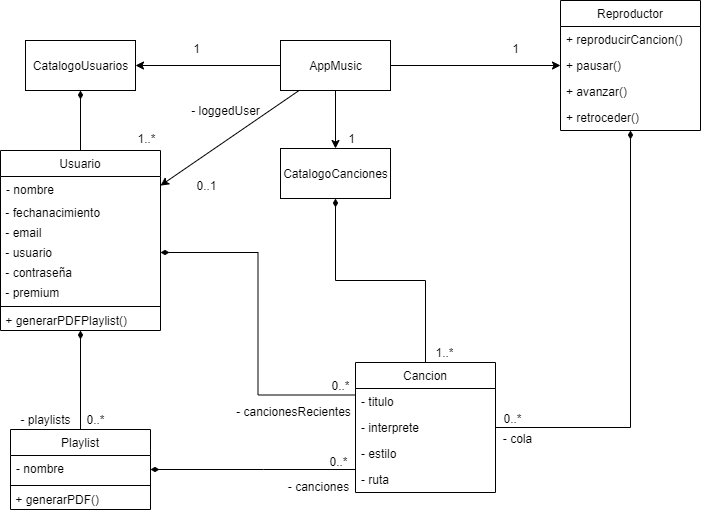
Before: doc/DiagramaUML.png, a diagram exported from draw.io (albercl/appMusic). Source tidied: cells renumbered, new cells last; positions are measured from the earlier drawing's top-left corner, leaving out a move shared by most shapes. Source of this version:
```xml
<mxGraphModel>
  <root>
    <mxCell id="0" />
    <mxCell id="1" parent="0" />
    <mxCell id="2" style="edgeStyle=orthogonalEdgeStyle;rounded=0;jettySize=auto;html=1;" parent="1" edge="1" source="6" target="8">
      <mxGeometry relative="1" as="geometry" />
    </mxCell>
    <mxCell id="3" style="edgeStyle=none;rounded=0;jettySize=auto;html=1;startArrow=none;startFill=0;endArrow=classic;endFill=1;" parent="1" edge="1" source="6" target="12">
      <mxGeometry relative="1" as="geometry" />
    </mxCell>
    <mxCell id="4" style="edgeStyle=orthogonalEdgeStyle;rounded=0;jettySize=auto;html=1;startArrow=none;startFill=0;endArrow=classic;endFill=1;" parent="1" edge="1" source="6" target="34">
      <mxGeometry relative="1" as="geometry" />
    </mxCell>
    <mxCell id="5" style="rounded=0;jettySize=auto;html=1;" parent="1" edge="1" source="6" target="25">
      <mxGeometry relative="1" as="geometry" />
    </mxCell>
    <mxCell id="6" value="AppMusic" style="html=1;" parent="1" vertex="1">
      <mxGeometry x="280" y="40" width="110" height="50" as="geometry" />
    </mxCell>
    <mxCell id="7" style="edgeStyle=none;rounded=0;jettySize=auto;html=1;startArrow=diamondThin;startFill=1;endArrow=none;endFill=0;" parent="1" edge="1" source="8" target="25">
      <mxGeometry relative="1" as="geometry" />
    </mxCell>
    <mxCell id="8" value="CatalogoUsuarios" style="html=1;" parent="1" vertex="1">
      <mxGeometry x="25" y="40" width="110" height="50" as="geometry" />
    </mxCell>
    <mxCell id="9" value="1&lt;br&gt;" style="text;html=1;align=center;verticalAlign=middle;" parent="1" vertex="1">
      <mxGeometry x="186" y="38" width="20" height="20" as="geometry" />
    </mxCell>
    <mxCell id="10" value="1..*" style="text;html=1;align=center;verticalAlign=middle;" parent="1" vertex="1">
      <mxGeometry x="131" y="128" width="30" height="20" as="geometry" />
    </mxCell>
    <mxCell id="11" style="edgeStyle=orthogonalEdgeStyle;rounded=0;jettySize=auto;html=1;startArrow=diamondThin;startFill=1;endArrow=none;endFill=0;" parent="1" edge="1" source="12" target="39">
      <mxGeometry relative="1" as="geometry" />
    </mxCell>
    <mxCell id="12" value="CatalogoCanciones" style="html=1;align=center;" parent="1" vertex="1">
      <mxGeometry x="280" y="148" width="110" height="50" as="geometry" />
    </mxCell>
    <mxCell id="13" value="1&lt;br&gt;" style="text;html=1;align=center;verticalAlign=middle;" parent="1" vertex="1">
      <mxGeometry x="341" y="128" width="20" height="20" as="geometry" />
    </mxCell>
    <mxCell id="14" value="1..*" style="text;html=1;align=center;verticalAlign=middle;" parent="1" vertex="1">
      <mxGeometry x="429" y="342" width="30" height="20" as="geometry" />
    </mxCell>
    <mxCell id="15" style="edgeStyle=none;rounded=0;jettySize=auto;html=1;startArrow=diamondThin;startFill=1;endArrow=none;endFill=0;" parent="1" edge="1" source="25" target="47">
      <mxGeometry relative="1" as="geometry" />
    </mxCell>
    <mxCell id="16" value="0..*" style="text;html=1;align=center;verticalAlign=middle;" parent="1" vertex="1">
      <mxGeometry x="80" y="409" width="30" height="20" as="geometry" />
    </mxCell>
    <mxCell id="17" style="edgeStyle=orthogonalEdgeStyle;rounded=0;jettySize=auto;html=1;startArrow=diamondThin;startFill=1;endArrow=none;endFill=0;" parent="1" edge="1" source="47" target="39">
      <mxGeometry relative="1" as="geometry">
        <Array as="points">
          <mxPoint x="263" y="469" />
          <mxPoint x="263" y="469" />
        </Array>
      </mxGeometry>
    </mxCell>
    <mxCell id="18" value="0..*" style="text;html=1;align=center;verticalAlign=middle;" parent="1" vertex="1">
      <mxGeometry x="323" y="451" width="30" height="20" as="geometry" />
    </mxCell>
    <mxCell id="19" value="- playlists" style="text;html=1;align=center;verticalAlign=middle;" parent="1" vertex="1">
      <mxGeometry x="10" y="409" width="70" height="20" as="geometry" />
    </mxCell>
    <mxCell id="20" value="- canciones" style="text;html=1;align=center;verticalAlign=middle;" parent="1" vertex="1">
      <mxGeometry x="278" y="476" width="80" height="20" as="geometry" />
    </mxCell>
    <mxCell id="21" style="edgeStyle=orthogonalEdgeStyle;rounded=0;jettySize=auto;html=1;entryX=1;entryY=0.5;entryDx=0;entryDy=0;startArrow=diamondThin;startFill=1;endArrow=none;endFill=0;" parent="1" edge="1" source="34" target="41">
      <mxGeometry relative="1" as="geometry" />
    </mxCell>
    <mxCell id="22" value="1" style="text;html=1;align=center;verticalAlign=middle;" parent="1" vertex="1">
      <mxGeometry x="505" y="38" width="20" height="20" as="geometry" />
    </mxCell>
    <mxCell id="23" value="0..*" style="text;html=1;align=center;verticalAlign=middle;rotation=0;" parent="1" vertex="1">
      <mxGeometry x="497" y="408" width="30" height="20" as="geometry" />
    </mxCell>
    <mxCell id="24" value="- cola" style="text;html=1;align=center;verticalAlign=middle;" parent="1" vertex="1">
      <mxGeometry x="497" y="428" width="40" height="20" as="geometry" />
    </mxCell>
    <mxCell id="25" value="Usuario" style="swimlane;fontStyle=0;align=center;verticalAlign=top;horizontal=1;startSize=26;" parent="1" vertex="1">
      <mxGeometry y="150" width="160" height="180" as="geometry" />
    </mxCell>
    <mxCell id="26" value="- nombre" style="text;strokeColor=none;fillColor=none;align=left;verticalAlign=top;spacingLeft=4;spacingRight=4;overflow=hidden;" parent="25" vertex="1">
      <mxGeometry y="26" width="160" height="26" as="geometry" />
    </mxCell>
    <mxCell id="27" value="&lt;span&gt;&amp;nbsp;- fechanacimiento&lt;/span&gt;" style="text;html=1;align=left;verticalAlign=middle;" parent="25" vertex="1">
      <mxGeometry y="52" width="160" height="20" as="geometry" />
    </mxCell>
    <mxCell id="28" value="&amp;nbsp;- email" style="text;html=1;align=left;verticalAlign=middle;" parent="25" vertex="1">
      <mxGeometry y="72" width="160" height="20" as="geometry" />
    </mxCell>
    <mxCell id="29" value="&amp;nbsp;- usuario" style="text;html=1;align=left;verticalAlign=middle;points=[];" parent="25" vertex="1">
      <mxGeometry y="92" width="160" height="20" as="geometry" />
    </mxCell>
    <mxCell id="30" value="&amp;nbsp;- contraseña" style="text;html=1;align=left;verticalAlign=middle;" parent="25" vertex="1">
      <mxGeometry y="112" width="160" height="20" as="geometry" />
    </mxCell>
    <mxCell id="31" value="&amp;nbsp;- premium" style="text;html=1;align=left;verticalAlign=middle;" parent="25" vertex="1">
      <mxGeometry y="132" width="160" height="20" as="geometry" />
    </mxCell>
    <mxCell id="32" style="line;strokeWidth=1;fillColor=none;align=left;verticalAlign=middle;spacingTop=-1;spacingLeft=3;spacingRight=3;labelPosition=right;" parent="25" vertex="1">
      <mxGeometry y="152" width="160" height="8" as="geometry" />
    </mxCell>
    <mxCell id="33" value="&amp;nbsp;+ generarPDFPlaylist()" style="text;html=1;align=left;verticalAlign=middle;" parent="25" vertex="1">
      <mxGeometry y="160" width="160" height="20" as="geometry" />
    </mxCell>
    <mxCell id="34" value="Reproductor" style="swimlane;fontStyle=0;horizontal=1;startSize=26;fillColor=none;align=center;" parent="1" vertex="1">
      <mxGeometry x="560" width="140" height="130" as="geometry" />
    </mxCell>
    <mxCell id="35" value="+ reproducirCancion()" style="text;strokeColor=none;fillColor=none;align=left;verticalAlign=top;spacingLeft=4;spacingRight=4;overflow=hidden;" parent="34" vertex="1">
      <mxGeometry y="26" width="140" height="26" as="geometry" />
    </mxCell>
    <mxCell id="36" value="+ pausar()" style="text;strokeColor=none;fillColor=none;align=left;verticalAlign=top;spacingLeft=4;spacingRight=4;overflow=hidden;" parent="34" vertex="1">
      <mxGeometry y="52" width="140" height="26" as="geometry" />
    </mxCell>
    <mxCell id="37" value="+ avanzar()" style="text;strokeColor=none;fillColor=none;align=left;verticalAlign=top;spacingLeft=4;spacingRight=4;overflow=hidden;" parent="34" vertex="1">
      <mxGeometry y="78" width="140" height="26" as="geometry" />
    </mxCell>
    <mxCell id="38" value="+ retroceder()" style="text;strokeColor=none;fillColor=none;align=left;verticalAlign=top;spacingLeft=4;spacingRight=4;overflow=hidden;" parent="34" vertex="1">
      <mxGeometry y="104" width="140" height="26" as="geometry" />
    </mxCell>
    <mxCell id="39" value="Cancion" style="swimlane;fontStyle=0;horizontal=1;startSize=26;fillColor=none;align=center;" parent="1" vertex="1">
      <mxGeometry x="355" y="362" width="140" height="130" as="geometry" />
    </mxCell>
    <mxCell id="40" value="- titulo" style="text;strokeColor=none;fillColor=none;align=left;verticalAlign=top;spacingLeft=4;spacingRight=4;overflow=hidden;" parent="39" vertex="1">
      <mxGeometry y="26" width="140" height="26" as="geometry" />
    </mxCell>
    <mxCell id="41" value="- interprete" style="text;strokeColor=none;fillColor=none;align=left;verticalAlign=top;spacingLeft=4;spacingRight=4;overflow=hidden;points=[[0,0.5],[1,0.5]];portConstraint=eastwest;" parent="39" vertex="1">
      <mxGeometry y="52" width="140" height="26" as="geometry" />
    </mxCell>
    <mxCell id="42" value="- estilo" style="text;strokeColor=none;fillColor=none;align=left;verticalAlign=top;spacingLeft=4;spacingRight=4;overflow=hidden;" parent="39" vertex="1">
      <mxGeometry y="78" width="140" height="26" as="geometry" />
    </mxCell>
    <mxCell id="43" value="- ruta" style="text;strokeColor=none;fillColor=none;align=left;verticalAlign=top;spacingLeft=4;spacingRight=4;overflow=hidden;" parent="39" vertex="1">
      <mxGeometry y="104" width="140" height="26" as="geometry" />
    </mxCell>
    <mxCell id="44" style="edgeStyle=orthogonalEdgeStyle;rounded=0;jettySize=auto;html=1;startArrow=diamondThin;startFill=1;endArrow=none;endFill=0;entryX=0;entryY=0.25;entryDx=0;entryDy=0;" parent="1" edge="1" source="29" target="39">
      <mxGeometry relative="1" as="geometry" />
    </mxCell>
    <mxCell id="45" value="- cancionesRecientes" style="text;html=1;align=center;verticalAlign=middle;" parent="1" vertex="1">
      <mxGeometry x="230" y="402" width="125" height="18" as="geometry" />
    </mxCell>
    <mxCell id="46" value="0..*" style="text;html=1;align=center;verticalAlign=middle;" parent="1" vertex="1">
      <mxGeometry x="326" y="376" width="28" height="18" as="geometry" />
    </mxCell>
    <mxCell id="47" value="Playlist" style="swimlane;fontStyle=0;horizontal=1;startSize=26;fillColor=none;align=center;" parent="1" vertex="1">
      <mxGeometry x="10" y="429" width="140" height="80" as="geometry" />
    </mxCell>
    <mxCell id="48" value="- nombre" style="text;strokeColor=none;fillColor=none;align=left;verticalAlign=top;spacingLeft=4;spacingRight=4;overflow=hidden;" parent="47" vertex="1">
      <mxGeometry y="26" width="140" height="26" as="geometry" />
    </mxCell>
    <mxCell id="49" style="line;strokeWidth=1;fillColor=none;align=left;verticalAlign=middle;spacingTop=-1;spacingLeft=3;spacingRight=3;labelPosition=right;" parent="47" vertex="1">
      <mxGeometry y="52" width="140" height="8" as="geometry" />
    </mxCell>
    <mxCell id="50" value="&amp;nbsp;+ generarPDF()" style="text;html=1;align=left;verticalAlign=middle;" parent="47" vertex="1">
      <mxGeometry y="60" width="140" height="20" as="geometry" />
    </mxCell>
    <mxCell id="51" value="0..1" style="text;html=1;align=center;verticalAlign=middle;" parent="1" vertex="1">
      <mxGeometry x="191" y="176" width="30" height="18" as="geometry" />
    </mxCell>
    <mxCell id="52" value="- loggedUser" style="text;html=1;align=center;verticalAlign=middle;" parent="1" vertex="1">
      <mxGeometry x="185" y="101" width="79" height="18" as="geometry" />
    </mxCell>
  </root>
</mxGraphModel>
```
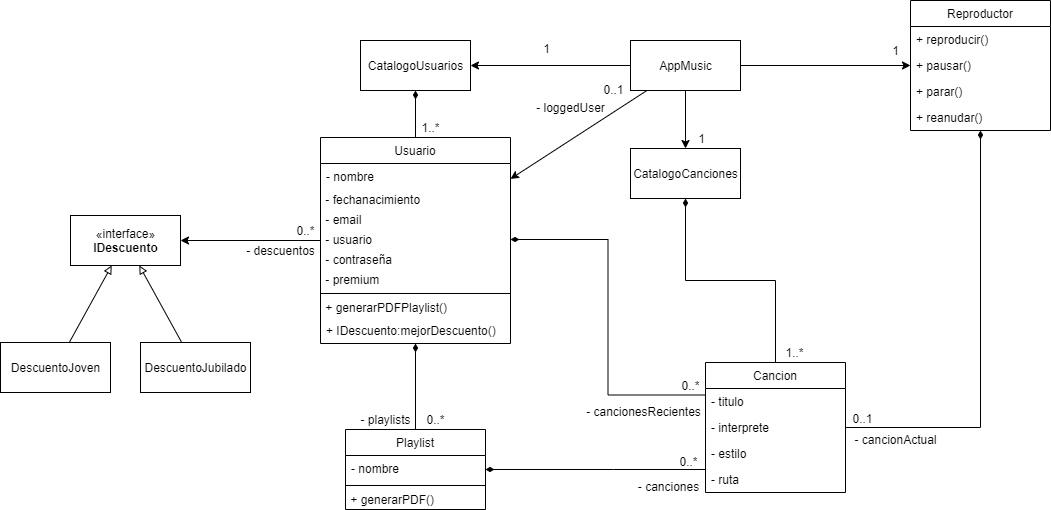
After the change.

What changed in the source:
```diff
@@ -21,13 +21,13 @@
       <mxGeometry relative="1" as="geometry" />
     </mxCell>
     <mxCell id="8" value="CatalogoUsuarios" style="html=1;" parent="1" vertex="1">
-      <mxGeometry x="25" y="40" width="110" height="50" as="geometry" />
+      <mxGeometry x="10" y="40" width="110" height="50" as="geometry" />
     </mxCell>
     <mxCell id="9" value="1&lt;br&gt;" style="text;html=1;align=center;verticalAlign=middle;" parent="1" vertex="1">
       <mxGeometry x="186" y="38" width="20" height="20" as="geometry" />
     </mxCell>
     <mxCell id="10" value="1..*" style="text;html=1;align=center;verticalAlign=middle;" parent="1" vertex="1">
-      <mxGeometry x="131" y="128" width="30" height="20" as="geometry" />
+      <mxGeometry x="65" y="117" width="30" height="20" as="geometry" />
     </mxCell>
     <mxCell id="11" style="edgeStyle=orthogonalEdgeStyle;rounded=0;jettySize=auto;html=1;startArrow=diamondThin;startFill=1;endArrow=none;endFill=0;" parent="1" edge="1" source="12" target="39">
       <mxGeometry relative="1" as="geometry" />
@@ -45,7 +45,7 @@
       <mxGeometry relative="1" as="geometry" />
     </mxCell>
     <mxCell id="16" value="0..*" style="text;html=1;align=center;verticalAlign=middle;" parent="1" vertex="1">
-      <mxGeometry x="80" y="409" width="30" height="20" as="geometry" />
+      <mxGeometry x="70" y="409" width="30" height="20" as="geometry" />
     </mxCell>
     <mxCell id="17" style="edgeStyle=orthogonalEdgeStyle;rounded=0;jettySize=auto;html=1;startArrow=diamondThin;startFill=1;endArrow=none;endFill=0;" parent="1" edge="1" source="47" target="39">
       <mxGeometry relative="1" as="geometry">
@@ -59,7 +59,7 @@
       <mxGeometry x="323" y="451" width="30" height="20" as="geometry" />
     </mxCell>
     <mxCell id="19" value="- playlists" style="text;html=1;align=center;verticalAlign=middle;" parent="1" vertex="1">
-      <mxGeometry x="10" y="409" width="70" height="20" as="geometry" />
+      <mxGeometry y="409" width="70" height="20" as="geometry" />
     </mxCell>
     <mxCell id="20" value="- canciones" style="text;html=1;align=center;verticalAlign=middle;" parent="1" vertex="1">
       <mxGeometry x="278" y="476" width="80" height="20" as="geometry" />
@@ -68,56 +68,62 @@
       <mxGeometry relative="1" as="geometry" />
     </mxCell>
     <mxCell id="22" value="1" style="text;html=1;align=center;verticalAlign=middle;" parent="1" vertex="1">
-      <mxGeometry x="505" y="38" width="20" height="20" as="geometry" />
+      <mxGeometry x="535" y="40" width="20" height="20" as="geometry" />
     </mxCell>
-    <mxCell id="23" value="0..*" style="text;html=1;align=center;verticalAlign=middle;rotation=0;" parent="1" vertex="1">
-      <mxGeometry x="497" y="408" width="30" height="20" as="geometry" />
+    <mxCell id="23" value="0..1" style="text;html=1;align=center;verticalAlign=middle;rotation=0;" parent="1" vertex="1">
+      <mxGeometry x="492" y="408" width="40" height="20" as="geometry" />
     </mxCell>
-    <mxCell id="24" value="- cola" style="text;html=1;align=center;verticalAlign=middle;" parent="1" vertex="1">
-      <mxGeometry x="497" y="428" width="40" height="20" as="geometry" />
+    <mxCell id="24" value="- cancionActual" style="text;html=1;align=center;verticalAlign=middle;" parent="1" vertex="1">
+      <mxGeometry x="495" y="429" width="100" height="20" as="geometry" />
     </mxCell>
+    <mxCell id="53" style="edgeStyle=orthogonalEdgeStyle;rounded=0;jettySize=auto;html=1;" parent="1" edge="1" source="25" target="57">
+      <mxGeometry relative="1" as="geometry" />
+    </mxCell>
     <mxCell id="25" value="Usuario" style="swimlane;fontStyle=0;align=center;verticalAlign=top;horizontal=1;startSize=26;" parent="1" vertex="1">
-      <mxGeometry y="150" width="160" height="180" as="geometry" />
+      <mxGeometry x="-30" y="137" width="190" height="206" as="geometry" />
     </mxCell>
     <mxCell id="26" value="- nombre" style="text;strokeColor=none;fillColor=none;align=left;verticalAlign=top;spacingLeft=4;spacingRight=4;overflow=hidden;" parent="25" vertex="1">
-      <mxGeometry y="26" width="160" height="26" as="geometry" />
+      <mxGeometry y="26" width="190" height="26" as="geometry" />
     </mxCell>
     <mxCell id="27" value="&lt;span&gt;&amp;nbsp;- fechanacimiento&lt;/span&gt;" style="text;html=1;align=left;verticalAlign=middle;" parent="25" vertex="1">
-      <mxGeometry y="52" width="160" height="20" as="geometry" />
+      <mxGeometry y="52" width="190" height="20" as="geometry" />
     </mxCell>
     <mxCell id="28" value="&amp;nbsp;- email" style="text;html=1;align=left;verticalAlign=middle;" parent="25" vertex="1">
-      <mxGeometry y="72" width="160" height="20" as="geometry" />
+      <mxGeometry y="72" width="190" height="20" as="geometry" />
     </mxCell>
     <mxCell id="29" value="&amp;nbsp;- usuario" style="text;html=1;align=left;verticalAlign=middle;points=[];" parent="25" vertex="1">
-      <mxGeometry y="92" width="160" height="20" as="geometry" />
+      <mxGeometry y="92" width="190" height="20" as="geometry" />
     </mxCell>
     <mxCell id="30" value="&amp;nbsp;- contraseña" style="text;html=1;align=left;verticalAlign=middle;" parent="25" vertex="1">
-      <mxGeometry y="112" width="160" height="20" as="geometry" />
+      <mxGeometry y="112" width="190" height="20" as="geometry" />
     </mxCell>
     <mxCell id="31" value="&amp;nbsp;- premium" style="text;html=1;align=left;verticalAlign=middle;" parent="25" vertex="1">
-      <mxGeometry y="132" width="160" height="20" as="geometry" />
+      <mxGeometry y="132" width="190" height="20" as="geometry" />
     </mxCell>
     <mxCell id="32" style="line;strokeWidth=1;fillColor=none;align=left;verticalAlign=middle;spacingTop=-1;spacingLeft=3;spacingRight=3;labelPosition=right;" parent="25" vertex="1">
-      <mxGeometry y="152" width="160" height="8" as="geometry" />
+      <mxGeometry y="152" width="190" height="8" as="geometry" />
     </mxCell>
     <mxCell id="33" value="&amp;nbsp;+ generarPDFPlaylist()" style="text;html=1;align=left;verticalAlign=middle;" parent="25" vertex="1">
-      <mxGeometry y="160" width="160" height="20" as="geometry" />
+      <mxGeometry y="160" width="190" height="20" as="geometry" />
     </mxCell>
+    <mxCell id="54" value="+ IDescuento:mejorDescuento()" style="text;strokeColor=none;fillColor=none;align=left;verticalAlign=top;spacingLeft=4;spacingRight=4;overflow=hidden;" parent="25" vertex="1">
+      <mxGeometry y="180" width="190" height="26" as="geometry" />
+    </mxCell>
     <mxCell id="34" value="Reproductor" style="swimlane;fontStyle=0;horizontal=1;startSize=26;fillColor=none;align=center;" parent="1" vertex="1">
       <mxGeometry x="560" width="140" height="130" as="geometry" />
     </mxCell>
-    <mxCell id="35" value="+ reproducirCancion()" style="text;strokeColor=none;fillColor=none;align=left;verticalAlign=top;spacingLeft=4;spacingRight=4;overflow=hidden;" parent="34" vertex="1">
+    <mxCell id="35" value="+ reproducir()" style="text;strokeColor=none;fillColor=none;align=left;verticalAlign=top;spacingLeft=4;spacingRight=4;overflow=hidden;" parent="34" vertex="1">
       <mxGeometry y="26" width="140" height="26" as="geometry" />
     </mxCell>
     <mxCell id="36" value="+ pausar()" style="text;strokeColor=none;fillColor=none;align=left;verticalAlign=top;spacingLeft=4;spacingRight=4;overflow=hidden;" parent="34" vertex="1">
       <mxGeometry y="52" width="140" height="26" as="geometry" />
     </mxCell>
-    <mxCell id="37" value="+ avanzar()" style="text;strokeColor=none;fillColor=none;align=left;verticalAlign=top;spacingLeft=4;spacingRight=4;overflow=hidden;" parent="34" vertex="1">
-      <mxGeometry y="78" width="140" height="26" as="geometry" />
-    </mxCell>
-    <mxCell id="38" value="+ retroceder()" style="text;strokeColor=none;fillColor=none;align=left;verticalAlign=top;spacingLeft=4;spacingRight=4;overflow=hidden;" parent="34" vertex="1">
-      <mxGeometry y="104" width="140" height="26" as="geometry" />
-    </mxCell>
+    <mxCell id="55" value="+ parar()" style="text;strokeColor=none;fillColor=none;align=left;verticalAlign=top;spacingLeft=4;spacingRight=4;overflow=hidden;" parent="34" vertex="1">
+      <mxGeometry y="78" width="140" height="26" as="geometry" />
+    </mxCell>
+    <mxCell id="56" value="+ reanudar()" style="text;strokeColor=none;fillColor=none;align=left;verticalAlign=top;spacingLeft=4;spacingRight=4;overflow=hidden;" parent="34" vertex="1">
+      <mxGeometry y="104" width="140" height="26" as="geometry" />
+    </mxCell>
     <mxCell id="39" value="Cancion" style="swimlane;fontStyle=0;horizontal=1;startSize=26;fillColor=none;align=center;" parent="1" vertex="1">
       <mxGeometry x="355" y="362" width="140" height="130" as="geometry" />
     </mxCell>
@@ -143,7 +149,7 @@
       <mxGeometry x="326" y="376" width="28" height="18" as="geometry" />
     </mxCell>
     <mxCell id="47" value="Playlist" style="swimlane;fontStyle=0;horizontal=1;startSize=26;fillColor=none;align=center;" parent="1" vertex="1">
-      <mxGeometry x="10" y="429" width="140" height="80" as="geometry" />
+      <mxGeometry x="-5" y="429" width="140" height="80" as="geometry" />
     </mxCell>
     <mxCell id="48" value="- nombre" style="text;strokeColor=none;fillColor=none;align=left;verticalAlign=top;spacingLeft=4;spacingRight=4;overflow=hidden;" parent="47" vertex="1">
       <mxGeometry y="26" width="140" height="26" as="geometry" />
@@ -155,10 +161,31 @@
       <mxGeometry y="60" width="140" height="20" as="geometry" />
     </mxCell>
     <mxCell id="51" value="0..1" style="text;html=1;align=center;verticalAlign=middle;" parent="1" vertex="1">
-      <mxGeometry x="191" y="176" width="30" height="18" as="geometry" />
+      <mxGeometry x="248" y="80" width="30" height="18" as="geometry" />
     </mxCell>
     <mxCell id="52" value="- loggedUser" style="text;html=1;align=center;verticalAlign=middle;" parent="1" vertex="1">
-      <mxGeometry x="185" y="101" width="79" height="18" as="geometry" />
+      <mxGeometry x="180" y="98" width="79" height="18" as="geometry" />
     </mxCell>
+    <mxCell id="57" value="«interface»&lt;br&gt;&lt;b&gt;IDescuento&lt;/b&gt;" style="html=1;" parent="1" vertex="1">
+      <mxGeometry x="-280" y="215" width="110" height="50" as="geometry" />
+    </mxCell>
+    <mxCell id="58" style="rounded=0;jettySize=auto;html=1;endArrow=block;endFill=0;" parent="1" edge="1" source="59" target="57">
+      <mxGeometry relative="1" as="geometry" />
+    </mxCell>
+    <mxCell id="59" value="DescuentoJoven" style="html=1;" parent="1" vertex="1">
+      <mxGeometry x="-350" y="342" width="110" height="50" as="geometry" />
+    </mxCell>
+    <mxCell id="60" style="edgeStyle=none;rounded=0;jettySize=auto;html=1;endArrow=block;endFill=0;" parent="1" edge="1" source="61" target="57">
+      <mxGeometry relative="1" as="geometry" />
+    </mxCell>
+    <mxCell id="61" value="DescuentoJubilado" style="html=1;" parent="1" vertex="1">
+      <mxGeometry x="-210" y="342" width="110" height="50" as="geometry" />
+    </mxCell>
+    <mxCell id="62" value="- descuentos" style="text;html=1;align=center;verticalAlign=middle;" parent="1" vertex="1">
+      <mxGeometry x="-110" y="240" width="80" height="20" as="geometry" />
+    </mxCell>
+    <mxCell id="63" value="0..*" style="text;html=1;align=center;verticalAlign=middle;" parent="1" vertex="1">
+      <mxGeometry x="-60" y="220" width="30" height="20" as="geometry" />
+    </mxCell>
   </root>
 </mxGraphModel>
```
